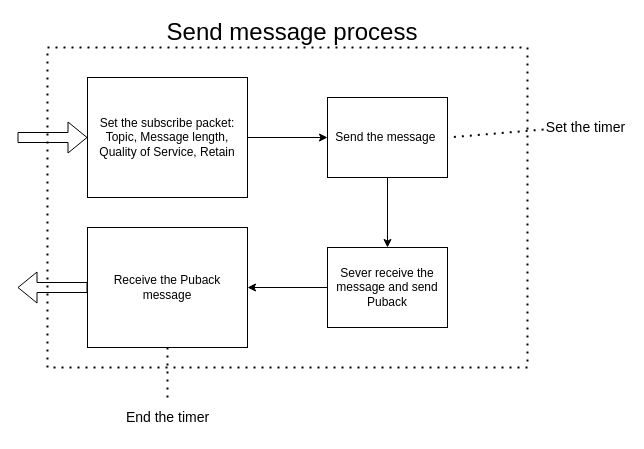
Above: Send message.drawio in K2ayzz/ForDrawIO (draw.io), before the change. Source tidied: cells renumbered, new cells numbered last; positions are measured from the earlier drawing's top-left corner, leaving out a move shared by most shapes. Both pictures are drawn from the tidied source at 100%, with x=0, y=0 at pixel (17, 17).
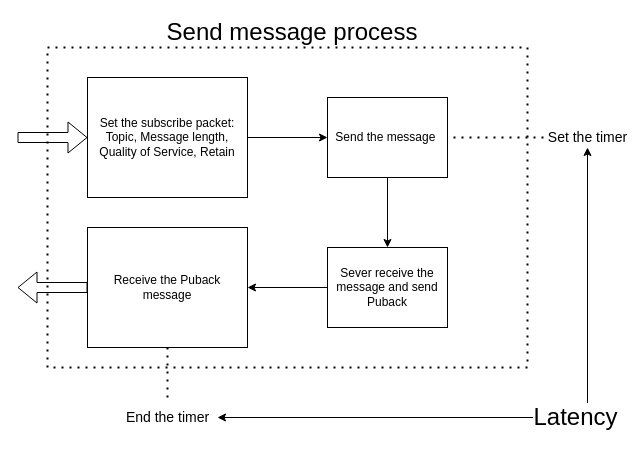
After the change.

The change refers to these unchanged cells:
```xml
<mxCell id="5" value="Send the message&amp;nbsp;" style="rounded=0;whiteSpace=wrap;html=1;" parent="1" vertex="1">
  <mxGeometry x="310" y="80" width="120" height="80" as="geometry" />
</mxCell>
```

Diff of the diagram source:
```diff
@@
     <mxCell id="8" value="&lt;font style=&quot;font-size: 14px;&quot;&gt;Set the timer&lt;/font&gt;" style="endArrow=none;dashed=1;html=1;dashPattern=1 3;strokeWidth=2;rounded=0;entryX=1;entryY=0.5;entryDx=0;entryDy=0;" parent="1" edge="1" target="5">
       <mxGeometry x="-1" y="-20" relative="1" as="geometry">
-        <mxPoint x="550" y="110" as="sourcePoint" />
+        <mxPoint x="550" y="120" as="sourcePoint" />
         <mxPoint x="20" y="20" as="offset" />
       </mxGeometry>
     </mxCell>
@@
+    <mxCell id="15" value="&lt;font style=&quot;font-size: 24px;&quot;&gt;Latency&lt;/font&gt;" style="endArrow=classic;startArrow=classic;html=1;rounded=0;" parent="1" edge="1">
+      <mxGeometry x="0.12" relative="1" as="geometry">
+        <mxPoint x="200" y="400" as="sourcePoint" />
+        <mxPoint x="570" y="130" as="targetPoint" />
+        <Array as="points">
+          <mxPoint x="570" y="400" />
+        </Array>
+      </mxGeometry>
+    </mxCell>
```
